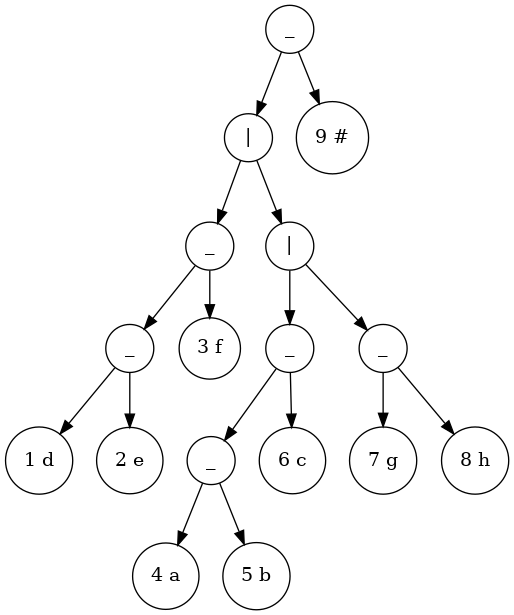
The Graphviz diagram tree_output/tree_output.png in x6x4/LAB2_URGENCY, before a commit. Its source is kept beside it as tree_output/tree_output.dot.
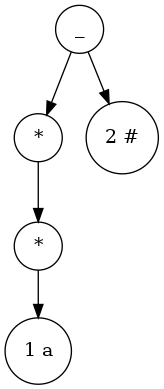
Above is the later version.

The edit, as a diff of the source:
```diff
@@ -1,36 +1,12 @@
 digraph Tree {
 node [shape=circle];
-94049953454544 [label="_"];
-94049953454544 -> 94049953454336;
-94049953454336 [label="|"];
-94049953454336 -> 94049953453296;
-94049953453296 [label="_"];
-94049953453296 -> 94049953453088;
-94049953453088 [label="_"];
-94049953453088 -> 94049953452736;
-94049953452736 [label="1 d"];
-94049953453088 -> 94049953452928;
-94049953452928 [label="2 e"];
-94049953453296 -> 94049953453136;
-94049953453136 [label="3 f"];
-94049953454336 -> 94049953454288;
-94049953454288 [label="|"];
-94049953454288 -> 94049953453872;
-94049953453872 [label="_"];
-94049953453872 -> 94049953453664;
-94049953453664 [label="_"];
-94049953453664 -> 94049953453344;
-94049953453344 [label="4 a"];
-94049953453664 -> 94049953453504;
-94049953453504 [label="5 b"];
-94049953453872 -> 94049953453712;
-94049953453712 [label="6 c"];
-94049953454288 -> 94049953454240;
-94049953454240 [label="_"];
-94049953454240 -> 94049953453920;
-94049953453920 [label="7 g"];
-94049953454240 -> 94049953454080;
-94049953454080 [label="8 h"];
-94049953454544 -> 94049953454384;
-94049953454384 [label="9 #"];
+93931964044416 [label="_"];
+93931964044416 -> 93931964044208;
+93931964044208 [label="*"];
+93931964044208 -> 93931964044160;
+93931964044160 [label="*"];
+93931964044160 -> 93931964043968;
+93931964043968 [label="1 a"];
+93931964044416 -> 93931964044256;
+93931964044256 [label="2 #"];
 }
```
